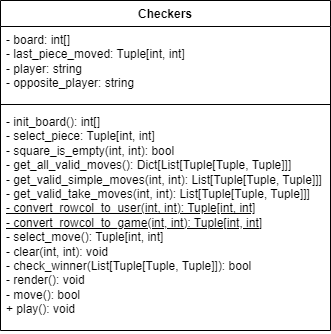
The draw.io diagram images/DraughtsUML.png in edgar-maddocks/NEA, before a commit. Source tidied: cells renumbered, new cells last; positions are measured from the earlier drawing's top-left corner, leaving out a move shared by most shapes.
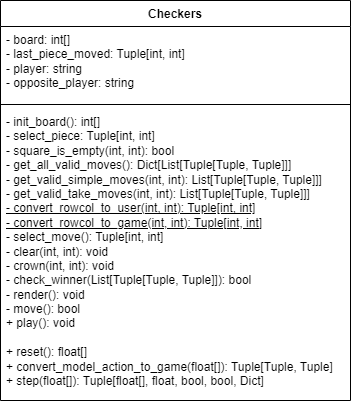
After the change.

Commit message:
Add autodiff UML - Change some sections - Write Background

The edit, as a diff of the source:
```diff
@@ -3,16 +3,16 @@
     <mxCell id="0" />
     <mxCell id="1" parent="0" />
     <mxCell id="2" value="Checkers" style="swimlane;fontStyle=1;align=center;verticalAlign=top;horizontal=1;startSize=26;whiteSpace=wrap;html=1;" parent="1" vertex="1">
-      <mxGeometry width="330" height="330" as="geometry" />
+      <mxGeometry width="350" height="400" as="geometry" />
     </mxCell>
     <mxCell id="3" value="- board: int[]&lt;div&gt;- last_piece_moved: Tuple[int, int]&lt;/div&gt;&lt;div&gt;- player: string&lt;/div&gt;&lt;div&gt;- opposite_player: string&lt;/div&gt;" style="text;strokeColor=none;fillColor=none;align=left;verticalAlign=top;spacingLeft=4;spacingRight=4;overflow=hidden;whiteSpace=wrap;html=1;" parent="2" vertex="1">
-      <mxGeometry y="26" width="330" height="74" as="geometry" />
+      <mxGeometry y="26" width="350" height="74" as="geometry" />
     </mxCell>
     <mxCell id="4" style="line;strokeWidth=1;fillColor=none;align=left;verticalAlign=middle;spacingTop=-1;spacingLeft=3;spacingRight=3;labelPosition=right;strokeColor=inherit;" parent="2" vertex="1">
-      <mxGeometry y="100" width="330" height="8" as="geometry" />
+      <mxGeometry y="100" width="350" height="8" as="geometry" />
     </mxCell>
-    <mxCell id="5" value="- init_board(): int[]&lt;div&gt;- select_piece: Tuple[int, int]&lt;/div&gt;&lt;div&gt;- square_is_empty(int, int): bool&lt;/div&gt;&lt;div&gt;- get_all_valid_moves(): Dict[List[Tuple[Tuple, Tuple]]]&lt;/div&gt;&lt;div&gt;- get_valid_simple_moves(int, int): List[&lt;span style=&quot;background-color: initial;&quot;&gt;Tuple[Tuple, Tuple]]]&lt;/span&gt;&lt;/div&gt;&lt;div&gt;&lt;span style=&quot;background-color: initial;&quot;&gt;- get_valid_take_moves(int, int):&amp;nbsp;&lt;/span&gt;&lt;span style=&quot;background-color: initial;&quot;&gt;List[&lt;/span&gt;&lt;span style=&quot;background-color: initial;&quot;&gt;Tuple[Tuple, Tuple]]]&lt;/span&gt;&lt;/div&gt;&lt;div&gt;&lt;span style=&quot;background-color: initial;&quot;&gt;&lt;u&gt;- convert_rowcol_to_user(int, int): Tuple[int, int]&lt;/u&gt;&lt;/span&gt;&lt;/div&gt;&lt;div&gt;&lt;span style=&quot;background-color: initial;&quot;&gt;&lt;u&gt;- convert_rowcol_to_game(int, int): Tuple[int, int]&lt;/u&gt;&lt;/span&gt;&lt;/div&gt;&lt;div&gt;- select_move(): Tuple[int, int]&lt;/div&gt;&lt;div&gt;- clear(int, int): void&lt;/div&gt;&lt;div&gt;- check_winner(List[Tuple[Tuple, Tuple]]): bool&lt;/div&gt;&lt;div&gt;- render(): void&lt;/div&gt;&lt;div&gt;- move(): bool&lt;/div&gt;&lt;div&gt;+ play(): void&lt;/div&gt;&lt;div&gt;&lt;br&gt;&lt;/div&gt;" style="text;strokeColor=none;fillColor=none;align=left;verticalAlign=top;spacingLeft=4;spacingRight=4;overflow=hidden;whiteSpace=wrap;html=1;" parent="2" vertex="1">
-      <mxGeometry y="108" width="330" height="222" as="geometry" />
+    <mxCell id="5" value="- init_board(): int[]&lt;div&gt;- select_piece: Tuple[int, int]&lt;/div&gt;&lt;div&gt;- square_is_empty(int, int): bool&lt;/div&gt;&lt;div&gt;- get_all_valid_moves(): Dict[List[Tuple[Tuple, Tuple]]]&lt;/div&gt;&lt;div&gt;- get_valid_simple_moves(int, int): List[&lt;span style=&quot;background-color: initial;&quot;&gt;Tuple[Tuple, Tuple]]]&lt;/span&gt;&lt;/div&gt;&lt;div&gt;&lt;span style=&quot;background-color: initial;&quot;&gt;- get_valid_take_moves(int, int):&amp;nbsp;&lt;/span&gt;&lt;span style=&quot;background-color: initial;&quot;&gt;List[&lt;/span&gt;&lt;span style=&quot;background-color: initial;&quot;&gt;Tuple[Tuple, Tuple]]]&lt;/span&gt;&lt;/div&gt;&lt;div&gt;&lt;span style=&quot;background-color: initial;&quot;&gt;&lt;u&gt;- convert_rowcol_to_user(int, int): Tuple[int, int]&lt;/u&gt;&lt;/span&gt;&lt;/div&gt;&lt;div&gt;&lt;span style=&quot;background-color: initial;&quot;&gt;&lt;u&gt;- convert_rowcol_to_game(int, int): Tuple[int, int]&lt;/u&gt;&lt;/span&gt;&lt;/div&gt;&lt;div&gt;- select_move(): Tuple[int, int]&lt;/div&gt;&lt;div&gt;- clear(int, int): void&lt;/div&gt;&lt;div&gt;&lt;div&gt;- crown(int, int): void&lt;/div&gt;&lt;/div&gt;&lt;div&gt;- check_winner(List[Tuple[Tuple, Tuple]]): bool&lt;/div&gt;&lt;div&gt;- render(): void&lt;/div&gt;&lt;div&gt;- move(): bool&lt;/div&gt;&lt;div&gt;&lt;span style=&quot;background-color: initial;&quot;&gt;+ play(): void&lt;/span&gt;&lt;br&gt;&lt;/div&gt;&lt;div&gt;&lt;br&gt;&lt;/div&gt;&lt;div&gt;+ reset(): float[]&lt;/div&gt;&lt;div&gt;+ convert_model_action_to_game(float[]): Tuple[Tuple, Tuple]&lt;/div&gt;&lt;div&gt;+ step(float[]): Tuple[float[], float, bool, bool, Dict]&lt;/div&gt;" style="text;strokeColor=none;fillColor=none;align=left;verticalAlign=top;spacingLeft=4;spacingRight=4;overflow=hidden;whiteSpace=wrap;html=1;" parent="2" vertex="1">
+      <mxGeometry y="108" width="350" height="292" as="geometry" />
     </mxCell>
   </root>
 </mxGraphModel>
```
